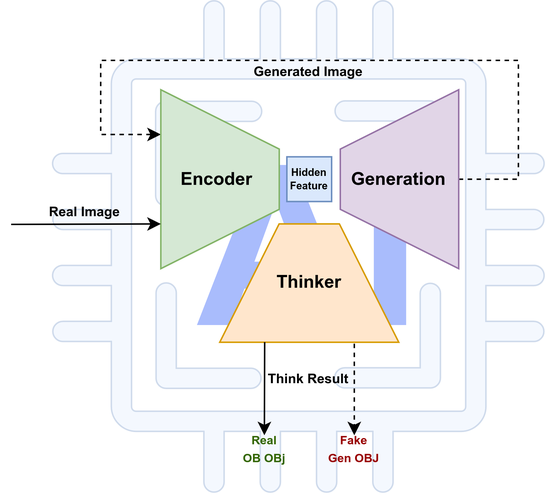
This is images/aigen.drawio.png from dengbuqi/dengbuqi.github.io, a draw.io export, as it was before one commit. Source tidied: cells renumbered, new cells last; positions are measured from the earlier drawing's top-left corner, leaving out a move shared by most shapes. Its diagram source:
```xml
<mxGraphModel>
  <root>
    <mxCell id="0" />
    <mxCell id="1" parent="0" />
    <mxCell id="2" style="sketch=0;shadow=0;dashed=0;html=1;strokeColor=#6c8ebf;fillColor=#dae8fc;labelPosition=center;verticalLabelPosition=bottom;verticalAlign=top;align=center;shape=mxgraph.vvd.cpu;opacity=30;" parent="1" vertex="1">
      <mxGeometry x="27.5" width="330" height="330" as="geometry" />
    </mxCell>
    <mxCell id="3" value="&lt;font color=&quot;#a9bcfc&quot;&gt;AI&lt;/font&gt;" style="text;html=1;strokeColor=none;fillColor=none;align=center;verticalAlign=middle;whiteSpace=wrap;rounded=0;fontSize=150;fontStyle=1;" parent="1" vertex="1">
      <mxGeometry x="124.8" y="85" width="150" height="160" as="geometry" />
    </mxCell>
    <mxCell id="4" style="shape=trapezoid;perimeter=trapezoidPerimeter;whiteSpace=wrap;html=1;fixedSize=1;rotation=-180;size=39.80000000000001;flipV=1;fillColor=#ffe6cc;strokeColor=#d79b00;" parent="1" vertex="1">
      <mxGeometry x="139.8" y="149.7" width="120" height="79.4" as="geometry" />
    </mxCell>
    <mxCell id="5" style="edgeStyle=orthogonalEdgeStyle;rounded=0;jettySize=auto;html=1;entryX=0.25;entryY=1;entryDx=0;entryDy=0;dashed=1;" parent="1" edge="1" source="6" target="7">
      <mxGeometry relative="1" as="geometry">
        <Array as="points">
          <mxPoint x="340" y="120" />
          <mxPoint x="340" y="40" />
          <mxPoint x="60" y="40" />
          <mxPoint x="60" y="90" />
        </Array>
      </mxGeometry>
    </mxCell>
    <mxCell id="6" style="shape=trapezoid;perimeter=trapezoidPerimeter;whiteSpace=wrap;html=1;fixedSize=1;rotation=90;size=39.80000000000001;flipV=1;fillColor=#e1d5e7;strokeColor=#9673a6;" parent="1" vertex="1">
      <mxGeometry x="200.3" y="80" width="120" height="79.4" as="geometry" />
    </mxCell>
    <mxCell id="7" style="shape=trapezoid;perimeter=trapezoidPerimeter;whiteSpace=wrap;html=1;fixedSize=1;rotation=90;size=39.80000000000001;fillColor=#d5e8d4;strokeColor=#82b366;" parent="1" vertex="1">
      <mxGeometry x="80" y="80" width="120" height="79.4" as="geometry" />
    </mxCell>
    <mxCell id="8" value="&lt;b&gt;Encoder&lt;/b&gt;" style="text;html=1;align=center;verticalAlign=middle;whiteSpace=wrap;rounded=0;" parent="1" vertex="1">
      <mxGeometry x="103.3" y="104.7" width="70" height="30" as="geometry" />
    </mxCell>
    <mxCell id="9" value="&lt;b&gt;Generation&lt;/b&gt;" style="text;html=1;align=center;verticalAlign=middle;whiteSpace=wrap;rounded=0;" parent="1" vertex="1">
      <mxGeometry x="225.3" y="104.7" width="70" height="30" as="geometry" />
    </mxCell>
    <mxCell id="10" value="&lt;b&gt;Thinker&lt;/b&gt;" style="text;html=1;align=center;verticalAlign=middle;whiteSpace=wrap;rounded=0;" parent="1" vertex="1">
      <mxGeometry x="164.8" y="181.9" width="70" height="15" as="geometry" />
    </mxCell>
    <mxCell id="11" value="&lt;div style=&quot;font-size: 7px;&quot;&gt;&lt;font style=&quot;font-size: 7px;&quot;&gt;&lt;b&gt;Hidden&lt;/b&gt;&lt;/font&gt;&lt;/div&gt;&lt;font style=&quot;font-size: 7px;&quot;&gt;&lt;b&gt;Feature&lt;/b&gt;&lt;/font&gt;" style="rounded=0;whiteSpace=wrap;html=1;align=center;fontSize=7;fillColor=#dae8fc;strokeColor=#6c8ebf;" parent="1" vertex="1">
      <mxGeometry x="184.8" y="104.7" width="30" height="30" as="geometry" />
    </mxCell>
    <mxCell id="12" value="&lt;b style=&quot;font-size: 9px;&quot;&gt;Real Image&lt;/b&gt;" style="text;html=1;align=center;verticalAlign=middle;whiteSpace=wrap;rounded=0;fontSize=9;" parent="1" vertex="1">
      <mxGeometry x="19" y="133.7" width="61" height="16" as="geometry" />
    </mxCell>
    <mxCell id="13" style="endArrow=classic;html=1;rounded=0;entryX=0.75;entryY=1;entryDx=0;entryDy=0;" parent="1" edge="1" target="7">
      <mxGeometry relative="1" as="geometry">
        <mxPoint y="150" as="sourcePoint" />
      </mxGeometry>
    </mxCell>
    <mxCell id="14" value="&lt;b&gt;&lt;font style=&quot;font-size: 9px;&quot;&gt;Think Result&lt;/font&gt;&lt;/b&gt;" style="text;html=1;align=center;verticalAlign=middle;whiteSpace=wrap;rounded=0;fontSize=10;" parent="1" vertex="1">
      <mxGeometry x="167.2" y="246" width="65.2" height="14" as="geometry" />
    </mxCell>
    <mxCell id="15" style="endArrow=classic;html=1;rounded=0;exitX=0.749;exitY=0.999;exitDx=0;exitDy=0;exitPerimeter=0;entryX=0.499;entryY=0.072;entryDx=0;entryDy=0;entryPerimeter=0;" parent="1" edge="1" target="18">
      <mxGeometry relative="1" as="geometry">
        <mxPoint x="169.9" y="229" as="sourcePoint" />
      </mxGeometry>
    </mxCell>
    <mxCell id="16" style="endArrow=classic;html=1;rounded=0;dashed=1;entryX=0.5;entryY=0.072;entryDx=0;entryDy=0;entryPerimeter=0;" parent="1" edge="1" target="19">
      <mxGeometry relative="1" as="geometry">
        <mxPoint x="230" y="230" as="sourcePoint" />
      </mxGeometry>
    </mxCell>
    <mxCell id="17" value="&lt;b style=&quot;font-size: 9px;&quot;&gt;Generated Image&lt;/b&gt;" style="text;html=1;align=center;verticalAlign=middle;whiteSpace=wrap;rounded=0;fontSize=9;" parent="1" vertex="1">
      <mxGeometry x="154.5" y="40" width="90.7" height="16" as="geometry" />
    </mxCell>
    <mxCell id="18" value="&lt;font color=&quot;#336600&quot; style=&quot;font-size: 8px;&quot;&gt;&lt;b style=&quot;&quot;&gt;Real&lt;/b&gt;&lt;/font&gt;&lt;div&gt;&lt;font color=&quot;#336600&quot; style=&quot;font-size: 8px;&quot;&gt;&lt;b style=&quot;&quot;&gt;OB OBj&lt;/b&gt;&lt;/font&gt;&lt;/div&gt;" style="text;html=1;align=center;verticalAlign=middle;whiteSpace=wrap;rounded=0;fontSize=10;" parent="1" vertex="1">
      <mxGeometry x="153.7" y="290" width="32.1" height="20" as="geometry" />
    </mxCell>
    <mxCell id="19" value="&lt;font color=&quot;#990000&quot; style=&quot;font-size: 8px;&quot;&gt;&lt;b style=&quot;&quot;&gt;Fake&lt;/b&gt;&lt;/font&gt;&lt;div&gt;&lt;font color=&quot;#990000&quot; style=&quot;font-size: 8px;&quot;&gt;&lt;b style=&quot;&quot;&gt;Gen OBJ&lt;/b&gt;&lt;/font&gt;&lt;/div&gt;" style="text;html=1;align=center;verticalAlign=middle;whiteSpace=wrap;rounded=0;fontSize=10;" parent="1" vertex="1">
      <mxGeometry x="209" y="290" width="42" height="20" as="geometry" />
    </mxCell>
  </root>
</mxGraphModel>
```
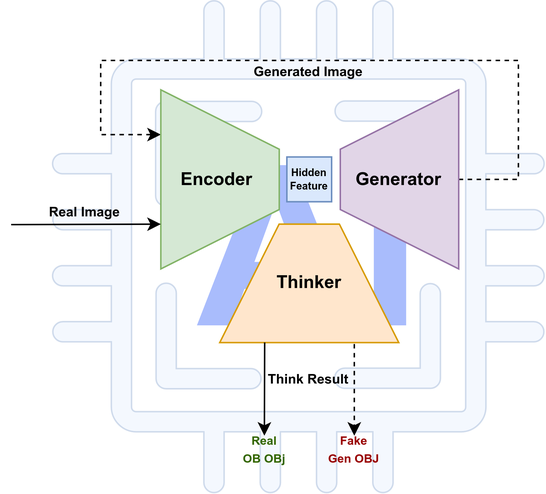
After the commit.

The edit, as a diff of the source:
```diff
@@ -30,7 +30,7 @@
     <mxCell id="8" value="&lt;b&gt;Encoder&lt;/b&gt;" style="text;html=1;align=center;verticalAlign=middle;whiteSpace=wrap;rounded=0;" parent="1" vertex="1">
       <mxGeometry x="103.3" y="104.7" width="70" height="30" as="geometry" />
     </mxCell>
-    <mxCell id="9" value="&lt;b&gt;Generation&lt;/b&gt;" style="text;html=1;align=center;verticalAlign=middle;whiteSpace=wrap;rounded=0;" parent="1" vertex="1">
+    <mxCell id="9" value="&lt;b&gt;Generator&lt;/b&gt;" style="text;html=1;align=center;verticalAlign=middle;whiteSpace=wrap;rounded=0;" parent="1" vertex="1">
       <mxGeometry x="225.3" y="104.7" width="70" height="30" as="geometry" />
     </mxCell>
     <mxCell id="10" value="&lt;b&gt;Thinker&lt;/b&gt;" style="text;html=1;align=center;verticalAlign=middle;whiteSpace=wrap;rounded=0;" parent="1" vertex="1">
```
